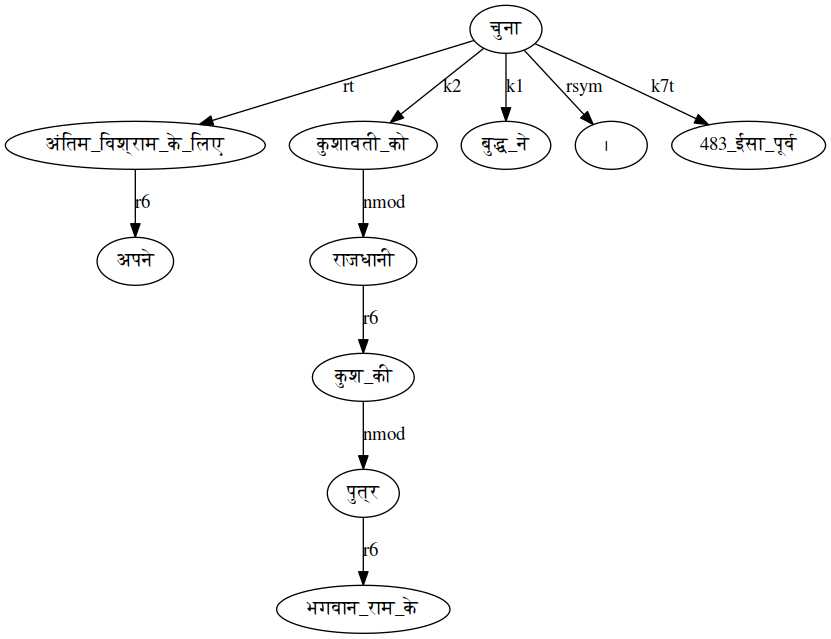
Before: constructions/static/constructions/test.png, a diagram exported from Graphviz (neshkatrapati/construction_annotator). Its source is kept beside it as static/test.dot.
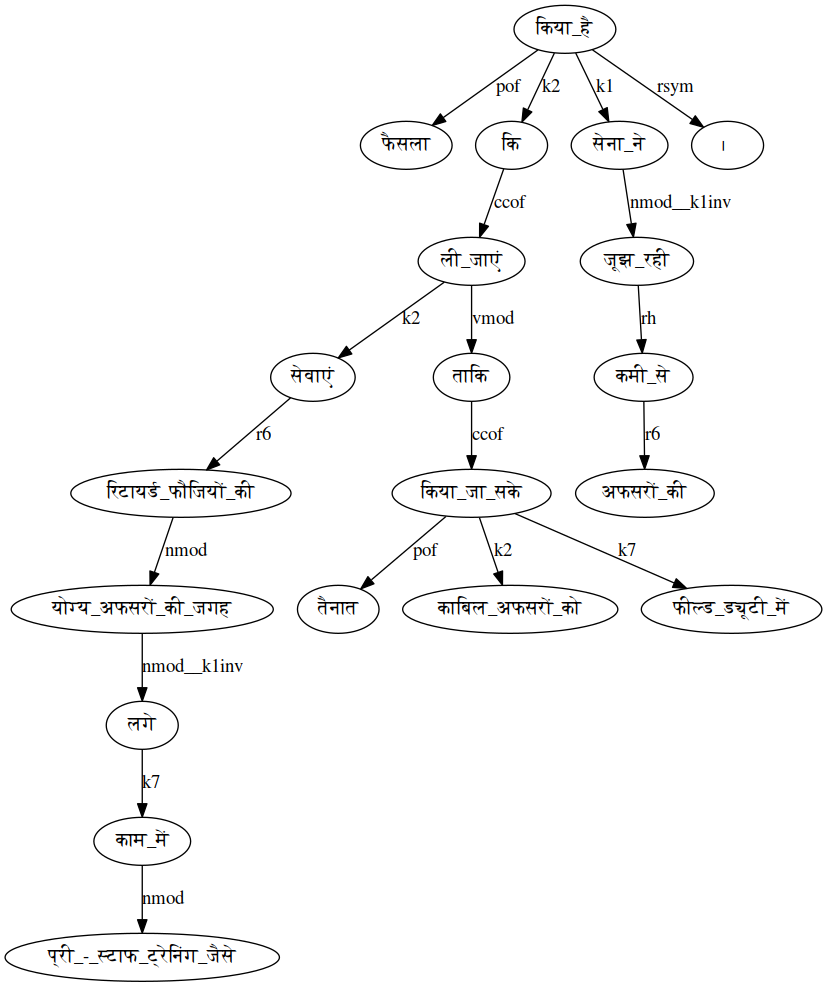
After the commit.

The edit, as a diff of the source:
```diff
@@ -1,12 +1,21 @@
 digraph {
-	"अंतिम_विश्राम_के_लिए" -> "अपने"[label="r6"];
-	"चुना" -> "अंतिम_विश्राम_के_लिए"[label="rt"];
-	"चुना" -> "कुशावती_को"[label="k2"];
-	"चुना" -> "बुद्ध_ने"[label="k1"];
-	"चुना" -> "।"[label="rsym"];
-	"चुना" -> "483_ईसा_पूर्व"[label="k7t"];
-	"राजधानी" -> "कुश_की"[label="r6"];
-	"कुश_की" -> "पुत्र"[label="nmod"];
-	"कुशावती_को" -> "राजधानी"[label="nmod"];
-	"पुत्र" -> "भगवान_राम_के"[label="r6"];
+	"जूझ_रही" -> "कमी_से"[label="rh"];
+	"किया_है" -> "फैसला"[label="pof"];
+	"किया_है" -> "कि"[label="k2"];
+	"किया_है" -> "सेना_ने"[label="k1"];
+	"किया_है" -> "।"[label="rsym"];
+	"किया_जा_सके" -> "तैनात"[label="pof"];
+	"किया_जा_सके" -> "काबिल_अफसरों_को"[label="k2"];
+	"किया_जा_सके" -> "फील्ड_ड्यूटी_में"[label="k7"];
+	"ली_जाएं" -> "सेवाएं"[label="k2"];
+	"ली_जाएं" -> "ताकि"[label="vmod"];
+	"कि" -> "ली_जाएं"[label="ccof"];
+	"सेवाएं" -> "रिटायर्ड_फौजियों_की"[label="r6"];
+	"रिटायर्ड_फौजियों_की" -> "योग्य_अफसरों_की_जगह"[label="nmod"];
+	"लगे" -> "काम_में"[label="k7"];
+	"योग्य_अफसरों_की_जगह" -> "लगे"[label="nmod__k1inv"];
+	"काम_में" -> "प्री_-_स्टाफ_ट्रेनिंग_जैसे"[label="nmod"];
+	"ताकि" -> "किया_जा_सके"[label="ccof"];
+	"सेना_ने" -> "जूझ_रही"[label="nmod__k1inv"];
+	"कमी_से" -> "अफसरों_की"[label="r6"];
 }
```
